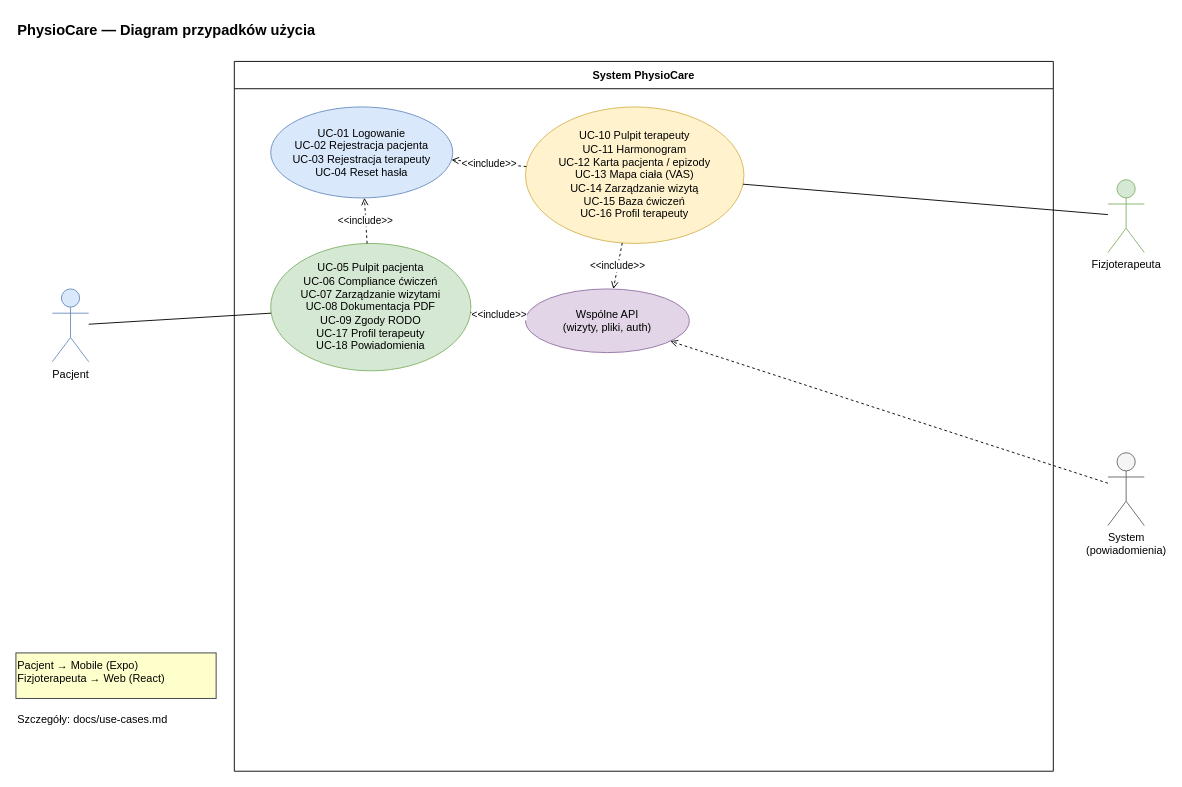
The draw.io diagram docs/diagrams/use-cases.drawio in kacperszczudlo/PhysioCare, before the edit. Source tidied: cells renumbered, new cells numbered last; positions are measured from the earlier drawing's top-left corner, leaving out a move shared by most shapes. Both pictures are drawn from the tidied source at 91%, with x=0, y=0 at pixel (15, 15).
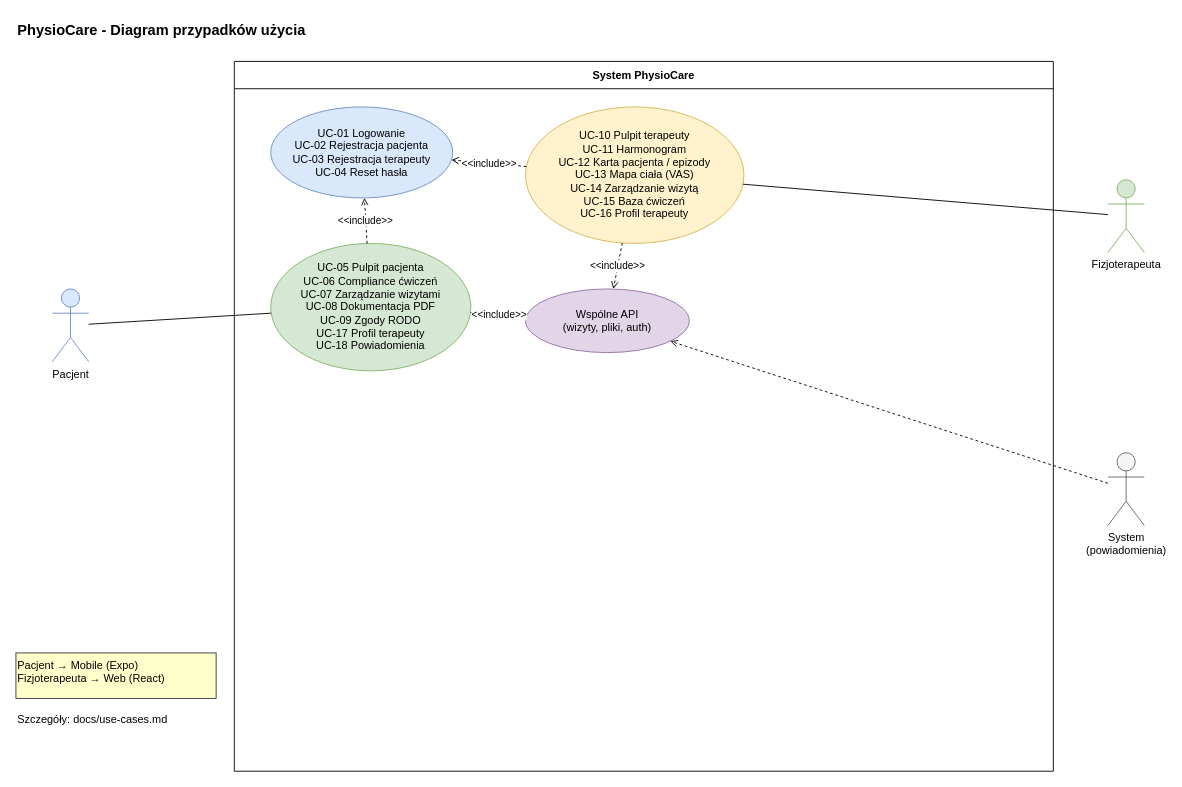
Above is the later version.

Change to the diagram source:
```diff
@@
 <mxGraphModel>
   <root>
     <mxCell id="0" />
     <mxCell id="1" parent="0" />
-    <mxCell id="2" value="PhysioCare — Diagram przypadków użycia" style="text;html=1;fontSize=16;fontStyle=1;" parent="1" vertex="1">
+    <mxCell id="2" value="PhysioCare - Diagram przypadków użycia" style="text;html=1;fontSize=16;fontStyle=1;" parent="1" vertex="1">
       <mxGeometry width="400" height="30" as="geometry" />
     </mxCell>
     <mxCell id="3" value="System PhysioCare" style="swimlane;fillColor=#ffffff;strokeColor=#000000;fontStyle=1;startSize=30;" parent="1" vertex="1">
       <mxGeometry x="240" y="50" width="900" height="780" as="geometry" />
     </mxCell>
     <mxCell id="4" value="UC-01 Logowanie&#10;UC-02 Rejestracja pacjenta&#10;UC-03 Rejestracja terapeuty&#10;UC-04 Reset hasła" style="ellipse;whiteSpace=wrap;html=1;fillColor=#dae8fc;strokeColor=#6c8ebf;" parent="3" vertex="1">
       <mxGeometry x="40" y="50" width="200" height="100" as="geometry" />
     </mxCell>
     <mxCell id="5" value="UC-05 Pulpit pacjenta&#10;UC-06 Compliance ćwiczeń&#10;UC-07 Zarządzanie wizytami&#10;UC-08 Dokumentacja PDF&#10;UC-09 Zgody RODO&#10;UC-17 Profil terapeuty&#10;UC-18 Powiadomienia" style="ellipse;whiteSpace=wrap;html=1;fillColor=#d5e8d4;strokeColor=#82b366;" parent="3" vertex="1">
       <mxGeometry x="40" y="200" width="220" height="140" as="geometry" />
     </mxCell>
     <mxCell id="6" value="UC-10 Pulpit terapeuty&#10;UC-11 Harmonogram&#10;UC-12 Karta pacjenta / epizody&#10;UC-13 Mapa ciała (VAS)&#10;UC-14 Zarządzanie wizytą&#10;UC-15 Baza ćwiczeń&#10;UC-16 Profil terapeuty" style="ellipse;whiteSpace=wrap;html=1;fillColor=#fff2cc;strokeColor=#d6b656;" parent="3" vertex="1">
       <mxGeometry x="320" y="50" width="240" height="150" as="geometry" />
     </mxCell>
     <mxCell id="7" value="Wspólne API&#10;(wizyty, pliki, auth)" style="ellipse;whiteSpace=wrap;html=1;fillColor=#e1d5e7;strokeColor=#9673a6;" parent="3" vertex="1">
       <mxGeometry x="320" y="250" width="180" height="70" as="geometry" />
     </mxCell>
     <mxCell id="8" value="&amp;lt;&amp;lt;include&amp;gt;&amp;gt;" style="endArrow=open;dashed=1;html=1;" parent="3" edge="1" source="5" target="4">
       <mxGeometry relative="1" as="geometry" />
     </mxCell>
     <mxCell id="9" value="&amp;lt;&amp;lt;include&amp;gt;&amp;gt;" style="endArrow=open;dashed=1;html=1;" parent="3" edge="1" source="6" target="4">
       <mxGeometry relative="1" as="geometry" />
     </mxCell>
     <mxCell id="10" value="&amp;lt;&amp;lt;include&amp;gt;&amp;gt;" style="endArrow=open;dashed=1;html=1;" parent="3" edge="1" source="5" target="7">
       <mxGeometry relative="1" as="geometry" />
     </mxCell>
     <mxCell id="11" value="&amp;lt;&amp;lt;include&amp;gt;&amp;gt;" style="endArrow=open;dashed=1;html=1;" parent="3" edge="1" source="6" target="7">
       <mxGeometry relative="1" as="geometry" />
     </mxCell>
     <mxCell id="12" value="Pacjent" style="shape=umlActor;verticalLabelPosition=bottom;verticalAlign=top;html=1;outlineConnect=0;fillColor=#dae8fc;strokeColor=#6c8ebf;" parent="1" vertex="1">
       <mxGeometry x="40" y="300" width="40" height="80" as="geometry" />
     </mxCell>
     <mxCell id="13" value="Fizjoterapeuta" style="shape=umlActor;verticalLabelPosition=bottom;verticalAlign=top;html=1;outlineConnect=0;fillColor=#d5e8d4;strokeColor=#82b366;" parent="1" vertex="1">
       <mxGeometry x="1200" y="180" width="40" height="80" as="geometry" />
     </mxCell>
     <mxCell id="14" value="System&#10;(powiadomienia)" style="shape=umlActor;verticalLabelPosition=bottom;verticalAlign=top;html=1;outlineConnect=0;fillColor=#f5f5f5;strokeColor=#666666;" parent="1" vertex="1">
       <mxGeometry x="1200" y="480" width="40" height="80" as="geometry" />
     </mxCell>
     <mxCell id="15" style="endArrow=none;html=1;" parent="1" edge="1" source="12" target="5">
       <mxGeometry relative="1" as="geometry" />
     </mxCell>
     <mxCell id="16" style="endArrow=none;html=1;" parent="1" edge="1" source="13" target="6">
       <mxGeometry relative="1" as="geometry" />
     </mxCell>
     <mxCell id="17" style="endArrow=open;dashed=1;html=1;" parent="1" edge="1" source="14" target="7">
       <mxGeometry relative="1" as="geometry" />
     </mxCell>
     <mxCell id="18" value="Pacjent → Mobile (Expo)&#10;Fizjoterapeuta → Web (React)" style="text;html=1;align=left;fillColor=#ffffcc;strokeColor=#36393d;" parent="1" vertex="1">
       <mxGeometry y="700" width="220" height="50" as="geometry" />
     </mxCell>
     <mxCell id="19" value="Szczegóły: docs/use-cases.md" style="text;html=1;align=left;" parent="1" vertex="1">
       <mxGeometry y="760" width="250" height="30" as="geometry" />
     </mxCell>
   </root>
 </mxGraphModel>
```
